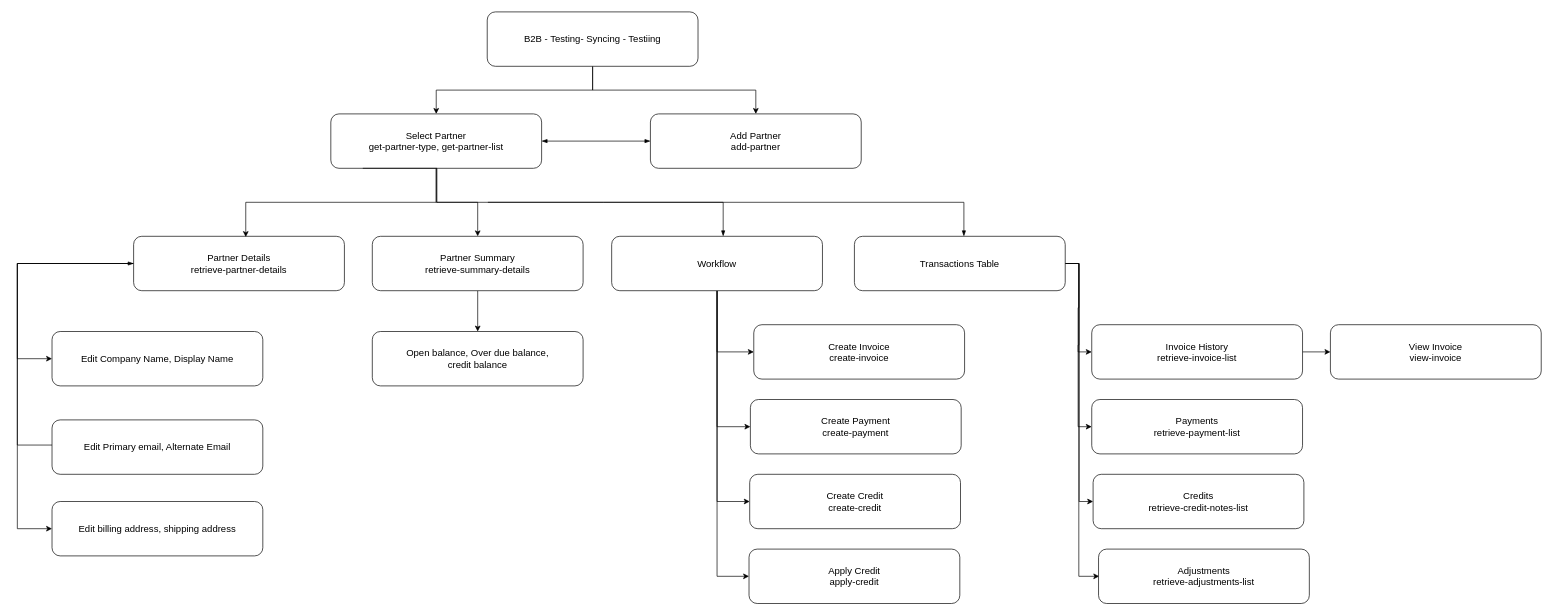
Earlier version of the draw.io diagram github-test.drawio (msgtobala/draw-io). Source tidied: cells renumbered, new cells numbered last; positions are measured from the earlier drawing's top-left corner, leaving out a move shared by most shapes. Both pictures are drawn from the tidied source at 68%, with x=0, y=0 at pixel (17, 12).
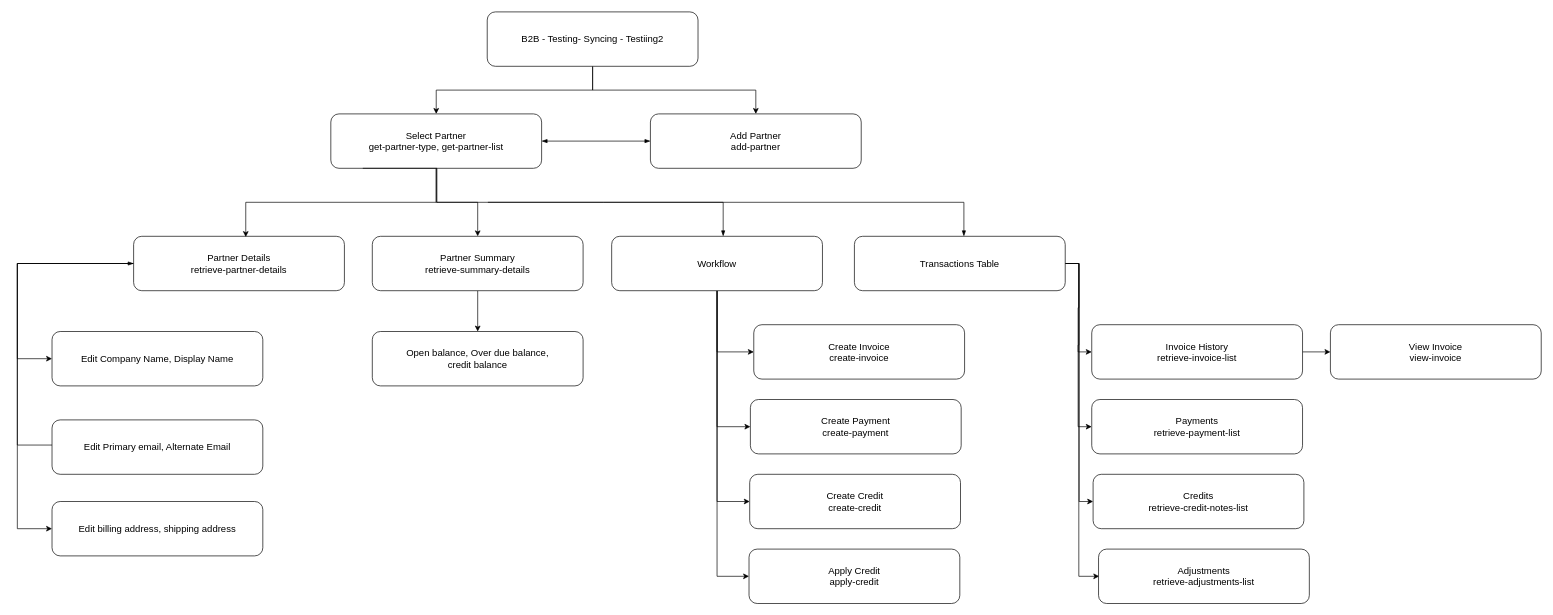
After the change.

Change to the diagram source:
```diff
@@
-    <mxCell id="4" value="&lt;font style=&quot;font-size: 14px;&quot;&gt;B2B - Testing- Syncing - Testiing&lt;/font&gt;" style="rounded=1;whiteSpace=wrap;html=1;" parent="1" vertex="1">
+    <mxCell id="4" value="&lt;font style=&quot;font-size: 14px;&quot;&gt;B2B - Testing- Syncing - Testiing2&lt;/font&gt;" style="rounded=1;whiteSpace=wrap;html=1;" parent="1" vertex="1">
       <mxGeometry x="691" width="310" height="80" as="geometry" />
     </mxCell>
```
